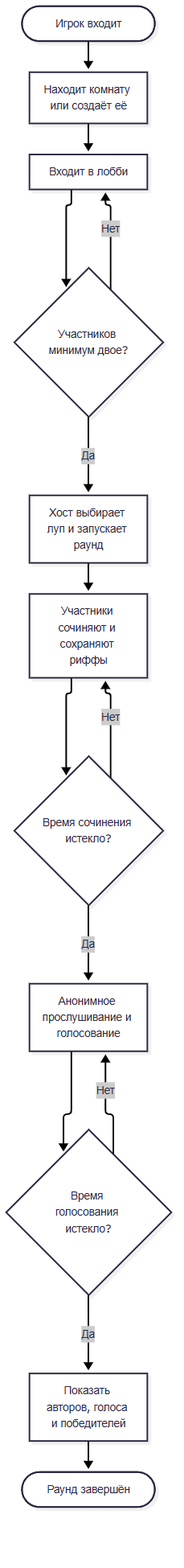
This is docs/diagrams/lab-2-activity.png from guitar-riff-pe/pe, a Mermaid export, as it was before one commit. Its source is kept beside it as docs/diagrams/lab-2-activity.mmd. Its diagram source:
```mermaid
flowchart TD
    a([Игрок входит]) --> b[Находит комнату или создаёт её]
    b --> c[Входит в лобби]
    c --> d{Участников минимум двое?}
    d -- Нет --> c
    d -- Да --> e[Хост выбирает луп и запускает раунд]
    e --> f[Участники сочиняют и сохраняют риффы]
    f --> g{Время сочинения истекло?}
    g -- Нет --> f
    g -- Да --> h[Анонимное прослушивание и голосование]
    h --> i{Время голосования истекло?}
    i -- Нет --> h
    i -- Да --> j[Показать авторов, голоса и победителей]
    j --> k([Раунд завершён])
```
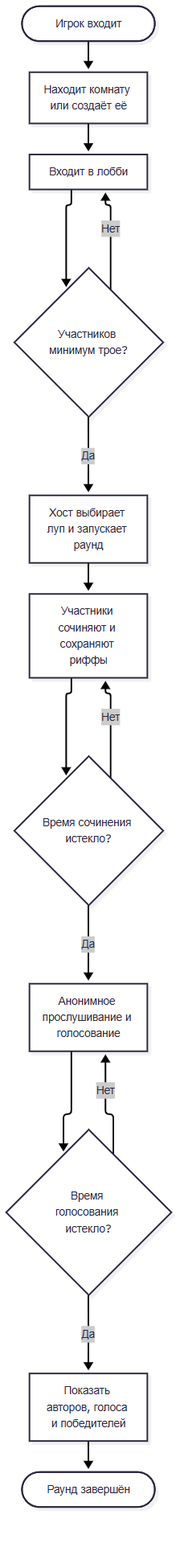
The same file after the commit.

What changed in the source:
```diff
@@ -1,7 +1,7 @@
 flowchart TD
     a([Игрок входит]) --> b[Находит комнату или создаёт её]
     b --> c[Входит в лобби]
-    c --> d{Участников минимум двое?}
+    c --> d{Участников минимум трое?}
     d -- Нет --> c
     d -- Да --> e[Хост выбирает луп и запускает раунд]
     e --> f[Участники сочиняют и сохраняют риффы]
```
